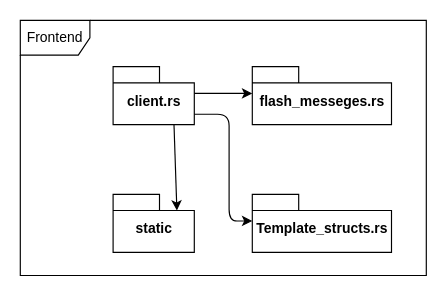
Before: report/diagrams/modelview_frontend.drawio in sumrdev/mini-x, a draw.io diagram. Source tidied: cells renumbered, new cells numbered last; positions are measured from the earlier drawing's top-left corner, leaving out a move shared by most shapes. Both pictures are drawn from the tidied source at 116%, with x=0, y=0 at pixel (20, 20).
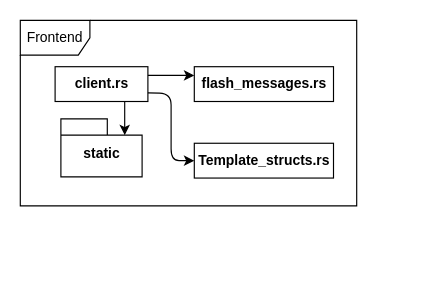
The same diagram, later.

Diff of the diagram source:
```diff
@@
 <mxGraphModel>
   <root>
     <mxCell id="0" />
     <mxCell id="1" parent="0" />
     <mxCell id="2" value="Frontend" style="shape=umlFrame;whiteSpace=wrap;html=1;" parent="1" vertex="1">
-      <mxGeometry width="350" height="220" as="geometry" />
+      <mxGeometry width="290" height="160" as="geometry" />
     </mxCell>
-    <mxCell id="3" style="edgeStyle=none;html=1;exitX=0;exitY=0;exitDx=55;exitDy=14;exitPerimeter=0;entryX=0.75;entryY=1;entryDx=0;entryDy=0;entryPerimeter=0;startArrow=classic;startFill=1;endArrow=none;endFill=0;" parent="1" edge="1" source="4" target="5">
+    <mxCell id="3" style="edgeStyle=none;html=1;exitX=0;exitY=0;exitDx=55;exitDy=14;exitPerimeter=0;startArrow=classic;startFill=1;endArrow=none;endFill=0;entryX=0.75;entryY=1;entryDx=0;entryDy=0;" parent="1" edge="1" source="4" target="5">
       <mxGeometry relative="1" as="geometry" />
     </mxCell>
     <mxCell id="4" value="static" style="shape=folder;fontStyle=1;spacingTop=10;tabWidth=40;tabHeight=14;tabPosition=left;html=1;" parent="1" vertex="1">
-      <mxGeometry x="80" y="150" width="70" height="50" as="geometry" />
+      <mxGeometry x="35" y="85" width="70" height="50" as="geometry" />
     </mxCell>
-    <mxCell id="5" value="client.rs" style="shape=folder;fontStyle=1;spacingTop=10;tabWidth=40;tabHeight=14;tabPosition=left;html=1;" parent="1" vertex="1">
-      <mxGeometry x="80" y="40" width="70" height="50" as="geometry" />
+    <mxCell id="5" value="&lt;span style=&quot;font-weight: 700;&quot;&gt;client.rs&lt;/span&gt;" style="html=1;" parent="1" vertex="1">
+      <mxGeometry x="30" y="40" width="80" height="30" as="geometry" />
     </mxCell>
-    <mxCell id="6" style="edgeStyle=none;html=1;exitX=0;exitY=0;exitDx=0;exitDy=23;exitPerimeter=0;entryX=0;entryY=0;entryDx=70;entryDy=41;entryPerimeter=0;endArrow=none;endFill=0;startArrow=classic;startFill=1;" parent="1" edge="1" source="7" target="5">
+    <mxCell id="6" style="edgeStyle=none;html=1;exitX=0;exitY=0.5;exitDx=0;exitDy=0;entryX=1;entryY=0.75;entryDx=0;entryDy=0;startArrow=classic;startFill=1;endArrow=none;endFill=0;" parent="1" edge="1" source="7" target="5">
       <mxGeometry relative="1" as="geometry">
         <Array as="points">
-          <mxPoint x="180" y="173" />
-          <mxPoint x="180" y="81" />
+          <mxPoint x="130" y="121" />
+          <mxPoint x="130" y="63" />
         </Array>
       </mxGeometry>
     </mxCell>
-    <mxCell id="7" value="Template_structs.rs" style="shape=folder;fontStyle=1;spacingTop=10;tabWidth=40;tabHeight=14;tabPosition=left;html=1;" parent="1" vertex="1">
-      <mxGeometry x="200" y="150" width="120" height="50" as="geometry" />
+    <mxCell id="7" value="&lt;span style=&quot;font-weight: 700;&quot;&gt;Template_structs.rs&lt;/span&gt;" style="html=1;" parent="1" vertex="1">
+      <mxGeometry x="150" y="106" width="120" height="30" as="geometry" />
     </mxCell>
-    <mxCell id="8" style="edgeStyle=none;html=1;exitX=0;exitY=0;exitDx=0;exitDy=23;exitPerimeter=0;entryX=0;entryY=0;entryDx=70;entryDy=23;entryPerimeter=0;startArrow=classic;startFill=1;endArrow=none;endFill=0;" parent="1" edge="1" source="9" target="5">
-      <mxGeometry relative="1" as="geometry" />
-    </mxCell>
-    <mxCell id="9" value="flash_messeges.rs" style="shape=folder;fontStyle=1;spacingTop=10;tabWidth=40;tabHeight=14;tabPosition=left;html=1;" parent="1" vertex="1">
-      <mxGeometry x="200" y="40" width="120" height="50" as="geometry" />
-    </mxCell>
+    <mxCell id="10" style="edgeStyle=none;html=1;exitX=0;exitY=0.25;exitDx=0;exitDy=0;entryX=1;entryY=0.25;entryDx=0;entryDy=0;startArrow=classic;startFill=1;endArrow=none;endFill=0;" parent="1" edge="1" source="11" target="5">
+      <mxGeometry relative="1" as="geometry" />
+    </mxCell>
+    <mxCell id="11" value="&lt;span style=&quot;font-weight: 700;&quot;&gt;flash_messages.rs&lt;/span&gt;" style="html=1;" parent="1" vertex="1">
+      <mxGeometry x="150" y="40" width="120" height="30" as="geometry" />
+    </mxCell>
   </root>
 </mxGraphModel>
```
